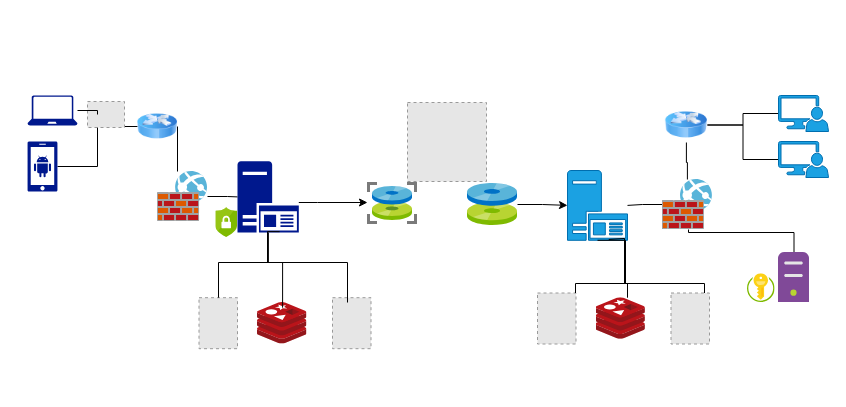
Before: frontend/Untitled Diagram.drawio in liuzyong/lcp, a draw.io diagram. Source tidied: cells renumbered, new cells numbered last; positions are measured from the earlier drawing's top-left corner, leaving out a move shared by most shapes. Both pictures are drawn from the tidied source at 100%, with x=0, y=0 at pixel (27, 95). Pictures stored in the file or linked from it are replaced by grey dashed boxes.
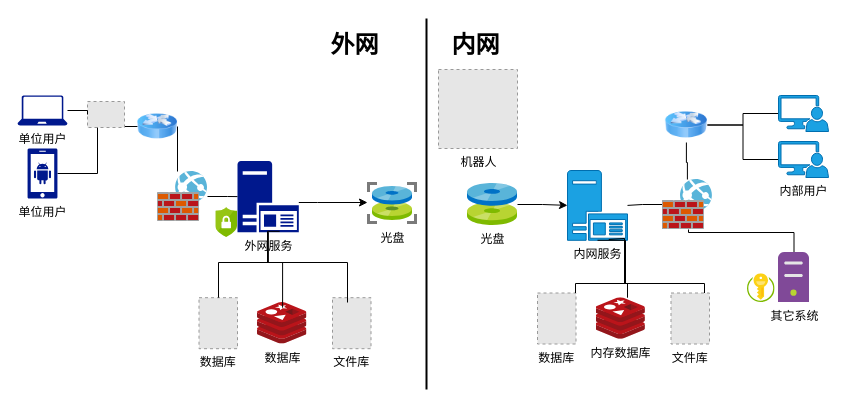
The same page after the edit.

Change to the diagram source:
```diff
@@
-    <mxCell id="4" style="sketch=0;shadow=0;dashed=0;html=1;strokeColor=none;labelPosition=center;verticalLabelPosition=bottom;verticalAlign=top;align=center;fillColor=#00188D;shape=mxgraph.mscae.enterprise.android_phone;" parent="1" vertex="1">
-      <mxGeometry y="46" width="30" height="50" as="geometry" />
+    <mxCell id="4" value="单位用户" style="sketch=0;shadow=0;dashed=0;html=1;strokeColor=none;labelPosition=center;verticalLabelPosition=bottom;verticalAlign=top;align=center;fillColor=#00188D;shape=mxgraph.mscae.enterprise.android_phone;" parent="1" vertex="1">
+      <mxGeometry y="53" width="30" height="50" as="geometry" />
     </mxCell>
-    <mxCell id="5" style="sketch=0;shadow=0;dashed=0;html=1;strokeColor=none;labelPosition=center;verticalLabelPosition=bottom;verticalAlign=top;align=center;fillColor=#00188D;shape=mxgraph.azure.laptop;" parent="1" vertex="1">
-      <mxGeometry width="50" height="30" as="geometry" />
+    <mxCell id="5" value="单位用户" style="sketch=0;shadow=0;dashed=0;html=1;strokeColor=none;labelPosition=center;verticalLabelPosition=bottom;verticalAlign=top;align=center;fillColor=#00188D;shape=mxgraph.azure.laptop;" parent="1" vertex="1">
+      <mxGeometry x="-10" width="50" height="30" as="geometry" />
     </mxCell>
-    <mxCell id="6" style="sketch=0;html=1;align=center;image;fontSize=12;image=img/lib/mscae/Cache_Redis_Product.svg;" parent="1" vertex="1">
+    <mxCell id="6" value="数据库" style="sketch=0;html=1;align=center;image;fontSize=12;image=img/lib/mscae/Cache_Redis_Product.svg;" parent="1" vertex="1">
       <mxGeometry x="230" y="207" width="49.4" height="41.5" as="geometry" />
     </mxCell>
-    <mxCell id="7" style="fillColor=#E6E6E6;strokeColor=#999999;dashed=1;verticalLabelPosition=bottom;labelBackgroundColor=#ffffff;verticalAlign=top;" parent="1" vertex="1">
+    <mxCell id="7" value="文件库" style="fillColor=#E6E6E6;strokeColor=#999999;dashed=1;verticalLabelPosition=bottom;labelBackgroundColor=#ffffff;verticalAlign=top;" parent="1" vertex="1">
       <mxGeometry x="305" y="202.2" width="38.5" height="51" as="geometry" />
     </mxCell>
-    <mxCell id="8" style="fillColor=#E6E6E6;strokeColor=#999999;dashed=1;verticalLabelPosition=bottom;labelBackgroundColor=#ffffff;verticalAlign=top;" parent="1" vertex="1">
+    <mxCell id="8" value="数据库" style="fillColor=#E6E6E6;strokeColor=#999999;dashed=1;verticalLabelPosition=bottom;labelBackgroundColor=#ffffff;verticalAlign=top;" parent="1" vertex="1">
       <mxGeometry x="171.5" y="202.2" width="38.5" height="51" as="geometry" />
     </mxCell>
@@
-    <mxCell id="10" style="sketch=0;html=1;points=[];align=center;image;fontSize=12;image=img/lib/mscae/Discs.svg;" parent="1" vertex="1">
+    <mxCell id="10" value="光盘" style="sketch=0;html=1;points=[];align=center;image;fontSize=12;image=img/lib/mscae/Discs.svg;" parent="1" vertex="1">
       <mxGeometry x="440" y="88" width="50" height="42" as="geometry" />
     </mxCell>
-    <mxCell id="11" style="sketch=0;html=1;points=[];align=center;image;fontSize=12;image=img/lib/mscae/MD_snapshot.svg;" parent="1" vertex="1">
+    <mxCell id="11" value="光盘" style="sketch=0;html=1;points=[];align=center;image;fontSize=12;image=img/lib/mscae/MD_snapshot.svg;" parent="1" vertex="1">
       <mxGeometry x="340" y="87" width="50" height="42" as="geometry" />
     </mxCell>
@@
-    <mxCell id="14" style="sketch=0;shadow=0;dashed=0;html=1;strokeColor=none;labelPosition=center;verticalLabelPosition=bottom;verticalAlign=top;align=center;fillColor=#00188D;shape=mxgraph.mscae.enterprise.application_server2;" parent="1" vertex="1">
-      <mxGeometry x="210" y="65.7" width="61.3" height="71.3" as="geometry" />
+    <mxCell id="14" value="外网服务" style="sketch=0;shadow=0;dashed=0;html=1;strokeColor=none;labelPosition=center;verticalLabelPosition=bottom;verticalAlign=top;align=center;fillColor=#00188D;shape=mxgraph.mscae.enterprise.application_server2;" parent="1" vertex="1">
+      <mxGeometry x="210" y="65.4" width="61.3" height="71.3" as="geometry" />
     </mxCell>
-    <mxCell id="15" style="fillColor=#E6E6E6;strokeColor=#999999;dashed=1;html=1;verticalAlign=top;verticalLabelPosition=bottom;labelBackgroundColor=#ffffff;" parent="1" vertex="1">
-      <mxGeometry x="380" y="7" width="79" height="79" as="geometry" />
+    <mxCell id="15" value="机器人" style="fillColor=#E6E6E6;strokeColor=#999999;dashed=1;html=1;verticalAlign=top;verticalLabelPosition=bottom;labelBackgroundColor=#ffffff;" parent="1" vertex="1">
+      <mxGeometry x="411" y="-26" width="79" height="79" as="geometry" />
     </mxCell>
@@
-    <mxCell id="18" style="sketch=0;html=1;points=[];align=center;image;fontSize=12;image=img/lib/mscae/Cache_Redis_Product.svg;" parent="1" vertex="1">
+    <mxCell id="18" value="内存数据库" style="sketch=0;html=1;points=[];align=center;image;fontSize=12;image=img/lib/mscae/Cache_Redis_Product.svg;" parent="1" vertex="1">
       <mxGeometry x="568.5" y="202.2" width="49.4" height="41.5" as="geometry" />
     </mxCell>
-    <mxCell id="19" style="fillColor=#E6E6E6;strokeColor=#999999;dashed=1;verticalLabelPosition=bottom;labelBackgroundColor=#ffffff;verticalAlign=top;" parent="1" vertex="1">
+    <mxCell id="19" value="文件库" style="fillColor=#E6E6E6;strokeColor=#999999;dashed=1;verticalLabelPosition=bottom;labelBackgroundColor=#ffffff;verticalAlign=top;" parent="1" vertex="1">
       <mxGeometry x="643.5" y="197.5" width="38.5" height="51" as="geometry" />
     </mxCell>
-    <mxCell id="20" style="fillColor=#E6E6E6;strokeColor=#999999;dashed=1;verticalLabelPosition=bottom;labelBackgroundColor=#ffffff;verticalAlign=top;" parent="1" vertex="1">
+    <mxCell id="20" value="数据库" style="fillColor=#E6E6E6;strokeColor=#999999;dashed=1;verticalLabelPosition=bottom;labelBackgroundColor=#ffffff;verticalAlign=top;" parent="1" vertex="1">
       <mxGeometry x="510" y="197.5" width="38.5" height="51" as="geometry" />
     </mxCell>
@@
-    <mxCell id="22" style="sketch=0;shadow=0;dashed=0;html=1;strokeColor=#006EAF;labelPosition=center;verticalLabelPosition=bottom;verticalAlign=top;align=center;fillColor=#1ba1e2;shape=mxgraph.mscae.enterprise.application_server2;fontColor=#ffffff;" parent="1" vertex="1">
+    <mxCell id="22" value="内网服务" style="sketch=0;shadow=0;dashed=0;html=1;strokeColor=#006EAF;labelPosition=center;verticalLabelPosition=bottom;verticalAlign=top;align=center;fillColor=#1ba1e2;shape=mxgraph.mscae.enterprise.application_server2;fontColor=#000000;" parent="1" vertex="1">
       <mxGeometry x="540" y="75" width="60" height="69.8" as="geometry" />
     </mxCell>
@@
-    <mxCell id="28" style="sketch=0;shadow=0;dashed=0;html=1;strokeColor=#006EAF;labelPosition=center;verticalLabelPosition=bottom;verticalAlign=top;align=center;fillColor=#1ba1e2;shape=mxgraph.mscae.system_center.admin_console;fontColor=#ffffff;" parent="1" vertex="1">
+    <mxCell id="28" value="&lt;font color=&quot;#000000&quot;&gt;内部用户&lt;/font&gt;" style="sketch=0;shadow=0;dashed=0;html=1;strokeColor=#006EAF;labelPosition=center;verticalLabelPosition=bottom;verticalAlign=top;align=center;fillColor=#1ba1e2;shape=mxgraph.mscae.system_center.admin_console;fontColor=#ffffff;" parent="1" vertex="1">
       <mxGeometry x="751" y="46" width="50" height="36" as="geometry" />
     </mxCell>
@@
-    <mxCell id="39" style="sketch=0;html=1;points=[];align=center;image;fontSize=12;image=img/lib/mscae/Non_Azure_Machine.svg;strokeWidth=1;" parent="1" vertex="1">
+    <mxCell id="39" value="其它系统" style="sketch=0;html=1;points=[];align=center;image;fontSize=12;image=img/lib/mscae/Non_Azure_Machine.svg;strokeWidth=1;" parent="1" vertex="1">
       <mxGeometry x="751" y="157" width="31" height="50" as="geometry" />
     </mxCell>
@@
+    <mxCell id="42" style="line;strokeWidth=2;direction=south;html=1;fontColor=#000000;fontSize=18;" parent="1" vertex="1">
+      <mxGeometry x="394" y="-77" width="10" height="371" as="geometry" />
+    </mxCell>
+    <mxCell id="43" value="外网" style="text;strokeColor=none;fillColor=none;html=1;fontSize=24;fontStyle=1;verticalAlign=middle;align=center;fontColor=#000000;" parent="1" vertex="1">
+      <mxGeometry x="277" y="-70" width="100" height="40" as="geometry" />
+    </mxCell>
+    <mxCell id="44" value="内网" style="text;strokeColor=none;fillColor=none;html=1;fontSize=24;fontStyle=1;verticalAlign=middle;align=center;fontColor=#000000;" parent="1" vertex="1">
+      <mxGeometry x="398" y="-70" width="100" height="40" as="geometry" />
+    </mxCell>
```
